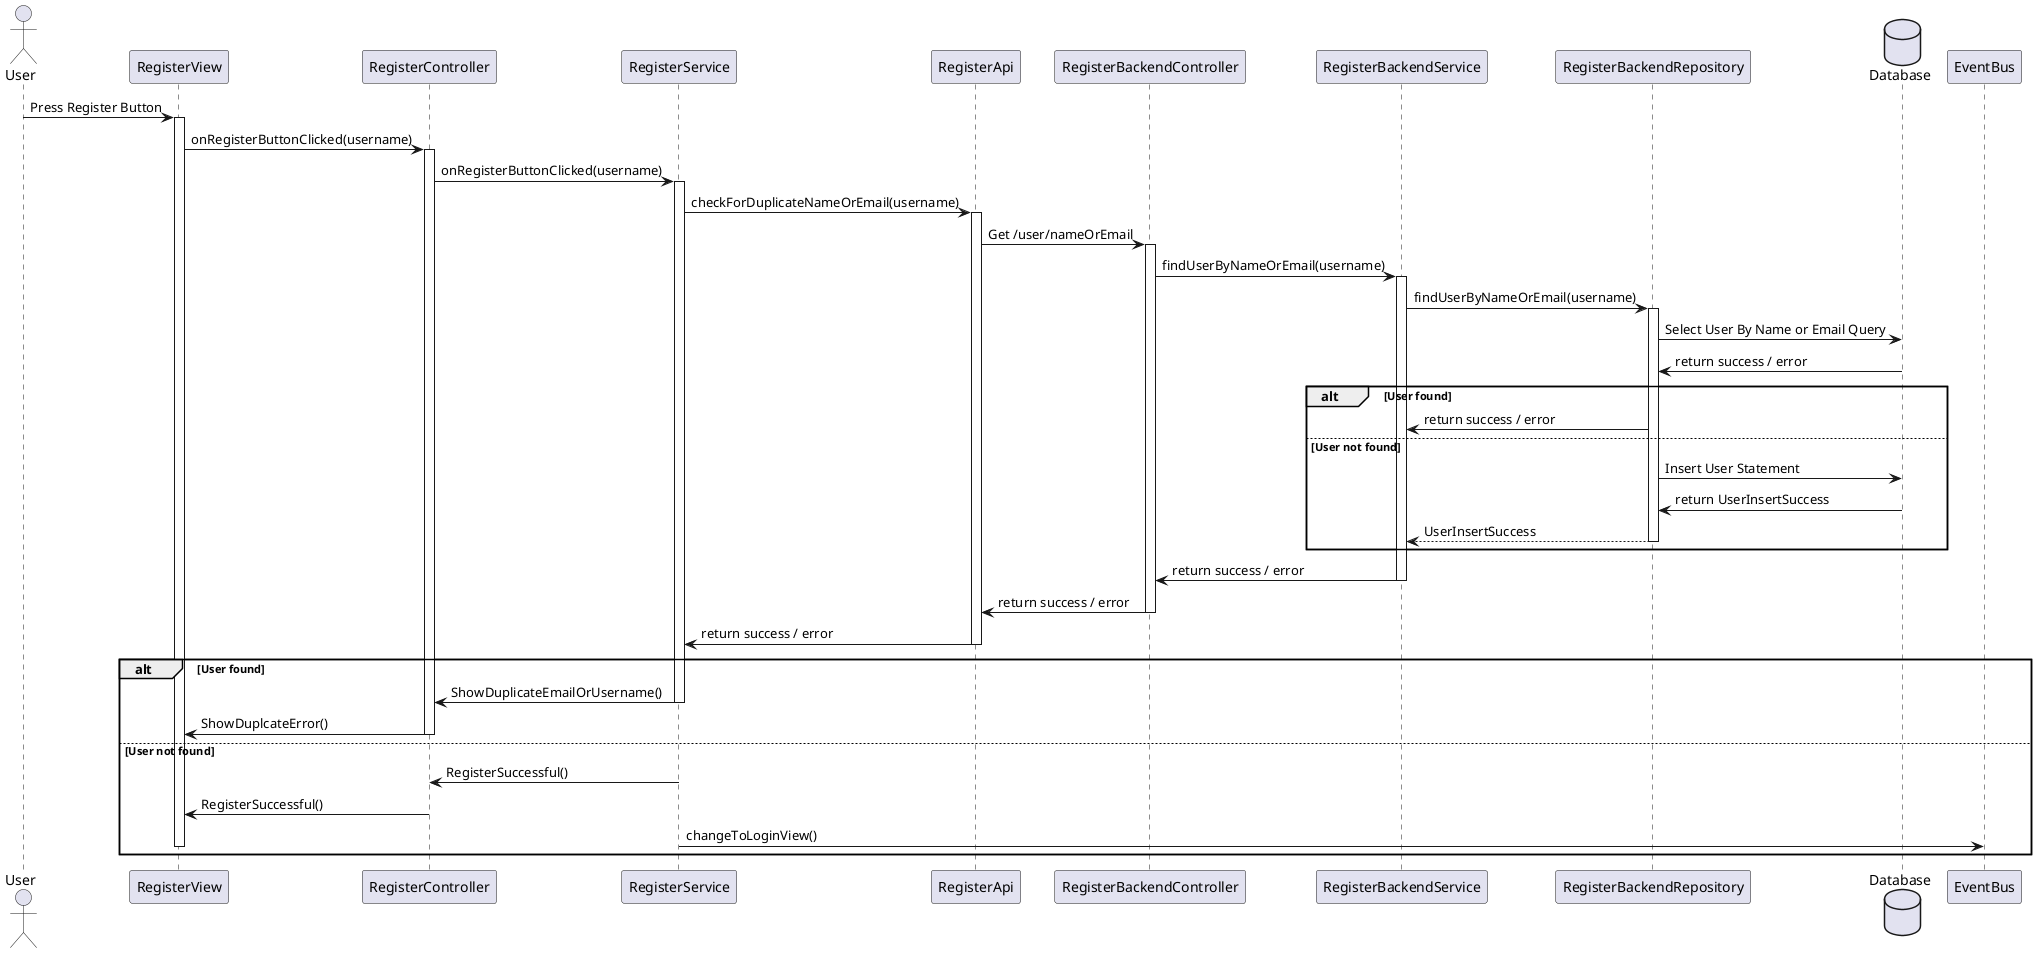
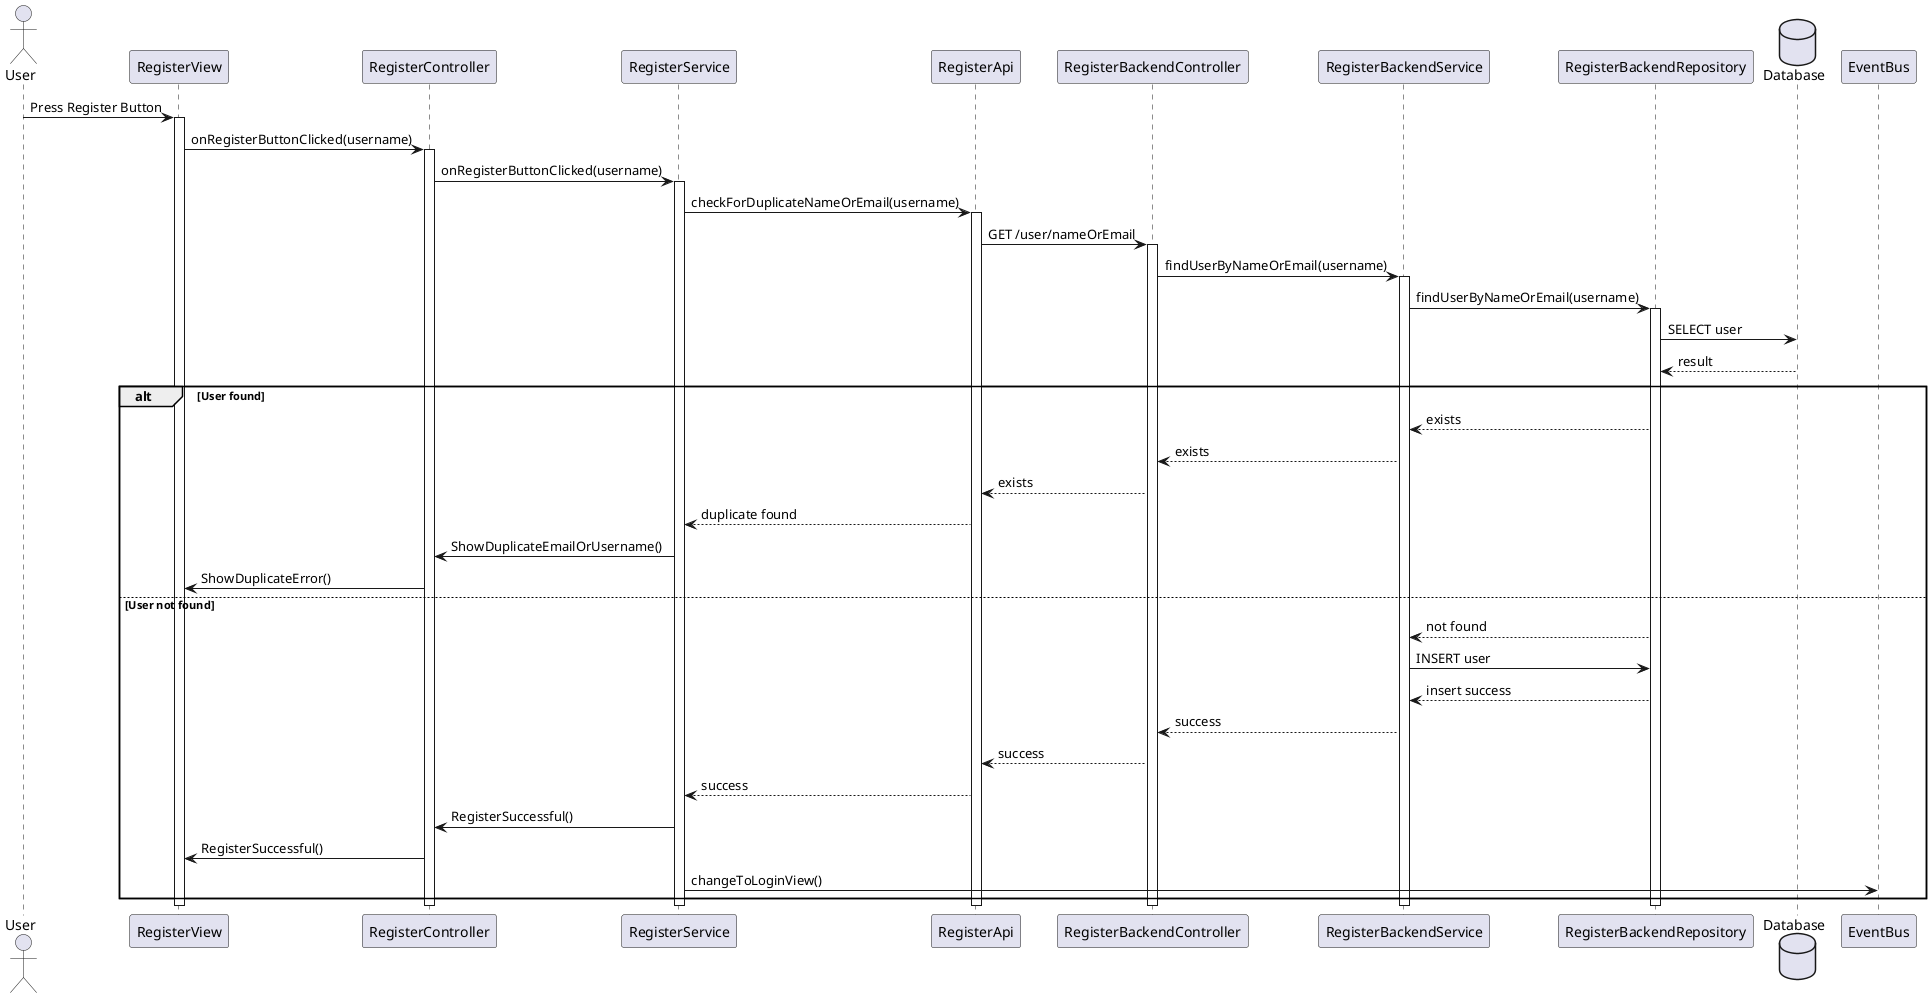
@startuml Register

actor User as Foo
participant RegisterView as Foo1
participant RegisterController as Foo2
participant RegisterService as Foo3
participant RegisterApi as Foo4
participant RegisterBackendController as Foo5
participant RegisterBackendService as Foo6
participant RegisterBackendRepository as Foo7
database Database as Foo8
+ participant EventBus

Foo -> Foo1 : Press Register Button

activate Foo1
Foo1 -> Foo2 : onRegisterButtonClicked(username)

activate Foo2
Foo2 -> Foo3 : onRegisterButtonClicked(username)

activate Foo3
Foo3 -> Foo4 : checkForDuplicateNameOrEmail(username)

activate Foo4
- Foo4 -> Foo5 : Get /user/nameOrEmail
+ Foo4 -> Foo5 : GET /user/nameOrEmail

activate Foo5
Foo5 -> Foo6 : findUserByNameOrEmail(username)

activate Foo6
Foo6 -> Foo7 : findUserByNameOrEmail(username)

activate Foo7
- Foo7 -> Foo8 : Select User By Name or Email Query
+ Foo7 -> Foo8 : SELECT user

- Foo8 -> Foo7 : return success / error
+ Foo8 --> Foo7 : result

alt User found
-     Foo7 -> Foo6 : return success / error
+     Foo7 --> Foo6 : exists
+     Foo6 --> Foo5 : exists
+     Foo5 --> Foo4 : exists
+     Foo4 --> Foo3 : duplicate found
+ 
+     Foo3 -> Foo2 : ShowDuplicateEmailOrUsername()
+     Foo2 -> Foo1 : ShowDuplicateError()
+ 
else User not found
-     Foo7 -> Foo8 : Insert User Statement
-     Foo8 -> Foo7 : return UserInsertSuccess
-     return UserInsertSuccess
+     Foo7 --> Foo6 : not found
+     Foo6 -> Foo7 : INSERT user
+     Foo7 --> Foo6 : insert success
+ 
+     Foo6 --> Foo5 : success
+     Foo5 --> Foo4 : success
+     Foo4 --> Foo3 : success
+ 
+     Foo3 -> Foo2 : RegisterSuccessful()
+     Foo2 -> Foo1 : RegisterSuccessful()
+ 
+     Foo3 -> EventBus : changeToLoginView()
end

deactivate Foo7
- 
- Foo6 -> Foo5 : return success / error
deactivate Foo6
- 
- Foo5 -> Foo4 : return success / error
deactivate Foo5
- 
- Foo4 -> Foo3 : return success / error
deactivate Foo4
- 
- alt User found
-     Foo3 -> Foo2 : ShowDuplicateEmailOrUsername()
-     deactivate Foo3
- 
-     Foo2 -> Foo1 : ShowDuplcateError()
-     deactivate Foo2
- else User not found
-     Foo3 -> Foo2 : RegisterSuccessful()
-     Foo2 -> Foo1 : RegisterSuccessful()
-     Foo3 -> EventBus : changeToLoginView()
-     deactivate Foo2
-     deactivate Foo1
- end
+ deactivate Foo3
deactivate Foo2
deactivate Foo1
+ 
@enduml